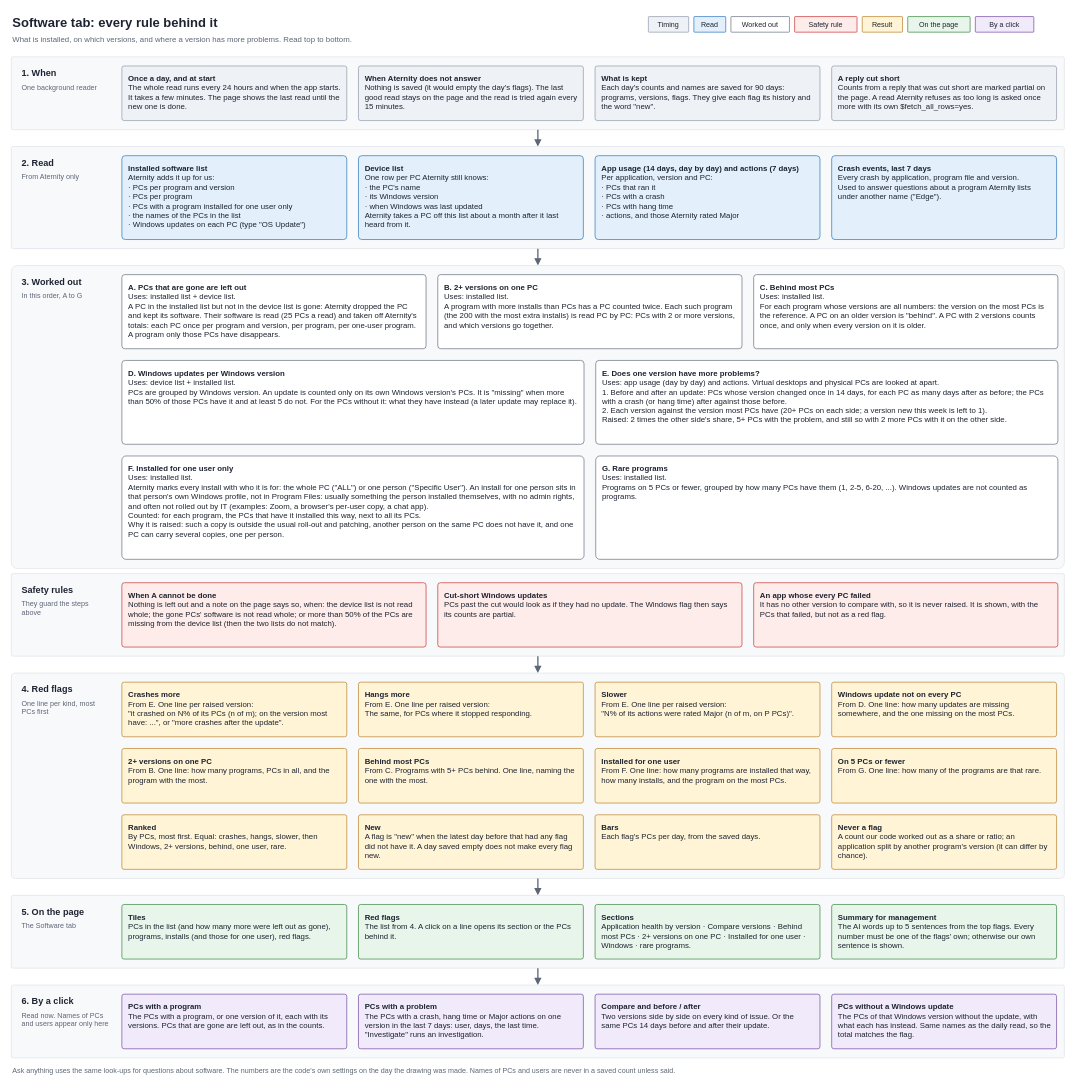
The draw.io diagram docs/diagrams/05-software-tab-logic.drawio in j6dtt/blank, before the edit. Source tidied: cells renumbered, new cells numbered last; positions are measured from the earlier drawing's top-left corner, leaving out a move shared by most shapes. Both pictures are drawn from the tidied source at 65%, with x=0, y=0 at pixel (11, 11).
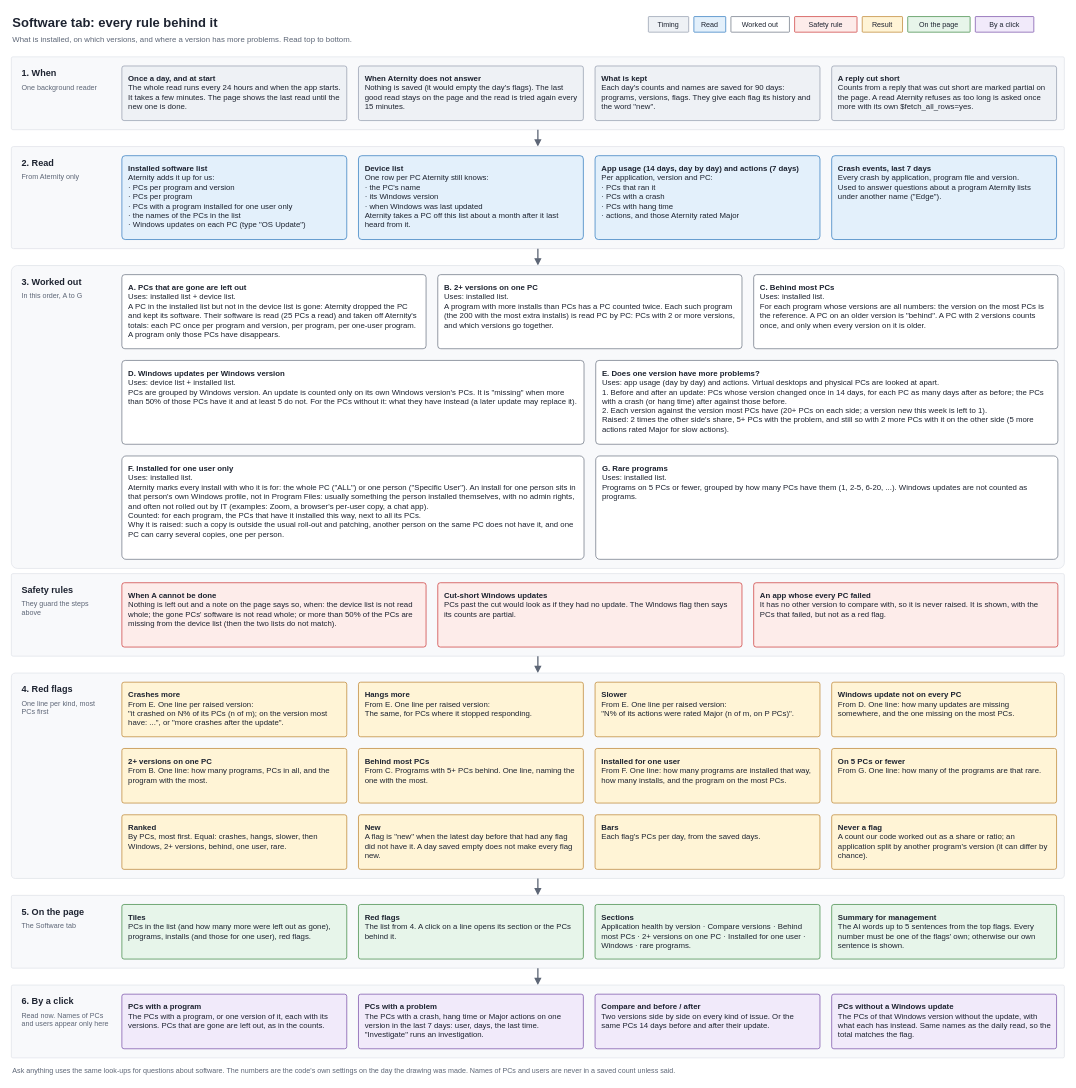
The same page after the edit.

Diff of the diagram source:
```diff
@@
-    <mxCell id="34" value="&lt;b&gt;E. Does one version have more problems?&lt;/b&gt;&lt;br&gt;Uses: app usage (day by day) and actions. Virtual desktops and physical PCs are looked at apart.&lt;br&gt;1. Before and after an update: PCs whose version changed once in 14 days, for each PC as many days after as before; the PCs with a crash (or hang time) after against those before.&lt;br&gt;2. Each version against the version most PCs have (20+ PCs on each side; a version new this week is left to 1).&lt;br&gt;Raised: 2 times the other side's share, 5+ PCs with the problem, and still so with 2 more PCs with it on the other side." style="rounded=1;whiteSpace=wrap;html=1;fillColor=#ffffff;strokeColor=#5d6676;fontSize=12;fontColor=#1d2330;align=left;verticalAlign=top;arcSize=4;spacingLeft=8;spacingRight=8;spacingTop=6;spacingBottom=6;" parent="1" vertex="1">
+    <mxCell id="34" value="&lt;b&gt;E. Does one version have more problems?&lt;/b&gt;&lt;br&gt;Uses: app usage (day by day) and actions. Virtual desktops and physical PCs are looked at apart.&lt;br&gt;1. Before and after an update: PCs whose version changed once in 14 days, for each PC as many days after as before; the PCs with a crash (or hang time) after against those before.&lt;br&gt;2. Each version against the version most PCs have (20+ PCs on each side; a version new this week is left to 1).&lt;br&gt;Raised: 2 times the other side's share, 5+ PCs with the problem, and still so with 2 more PCs with it on the other side (5 more actions rated Major for slow actions)." style="rounded=1;whiteSpace=wrap;html=1;fillColor=#ffffff;strokeColor=#5d6676;fontSize=12;fontColor=#1d2330;align=left;verticalAlign=top;arcSize=4;spacingLeft=8;spacingRight=8;spacingTop=6;spacingBottom=6;" parent="1" vertex="1">
       <mxGeometry x="899" y="537" width="711" height="129" as="geometry" />
     </mxCell>
```
